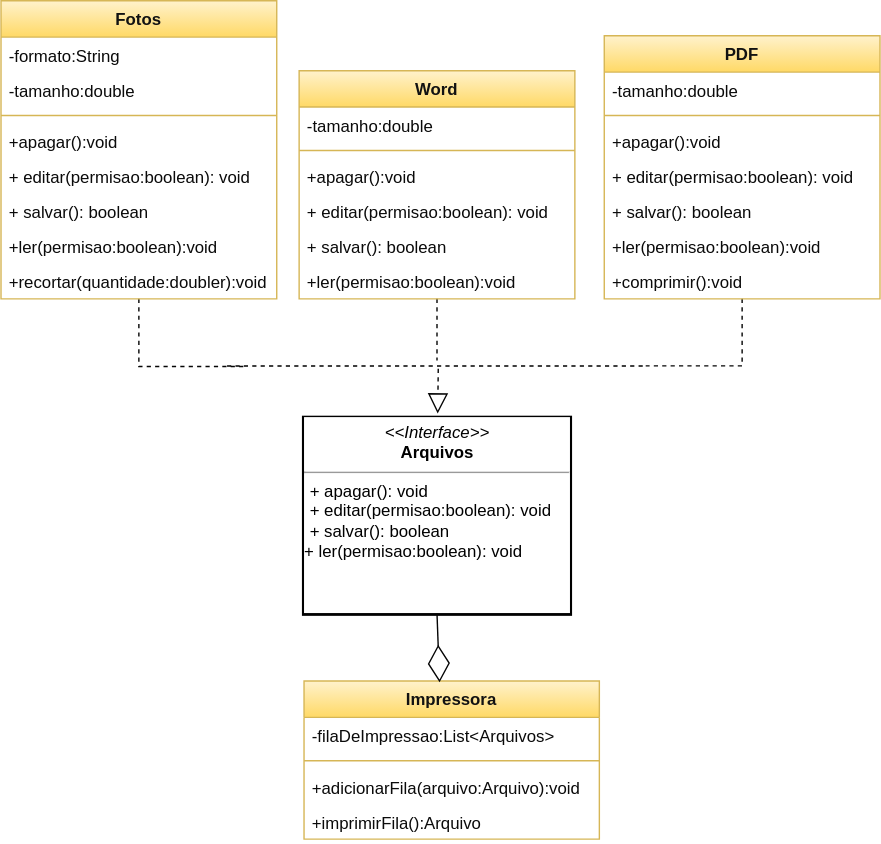
Earlier version of the draw.io export src/Exercicio5.svg (AnaJuliaSilverio/Aula23). Source tidied: cells renumbered, new cells last; positions are measured from the earlier drawing's top-left corner, leaving out a move shared by most shapes.
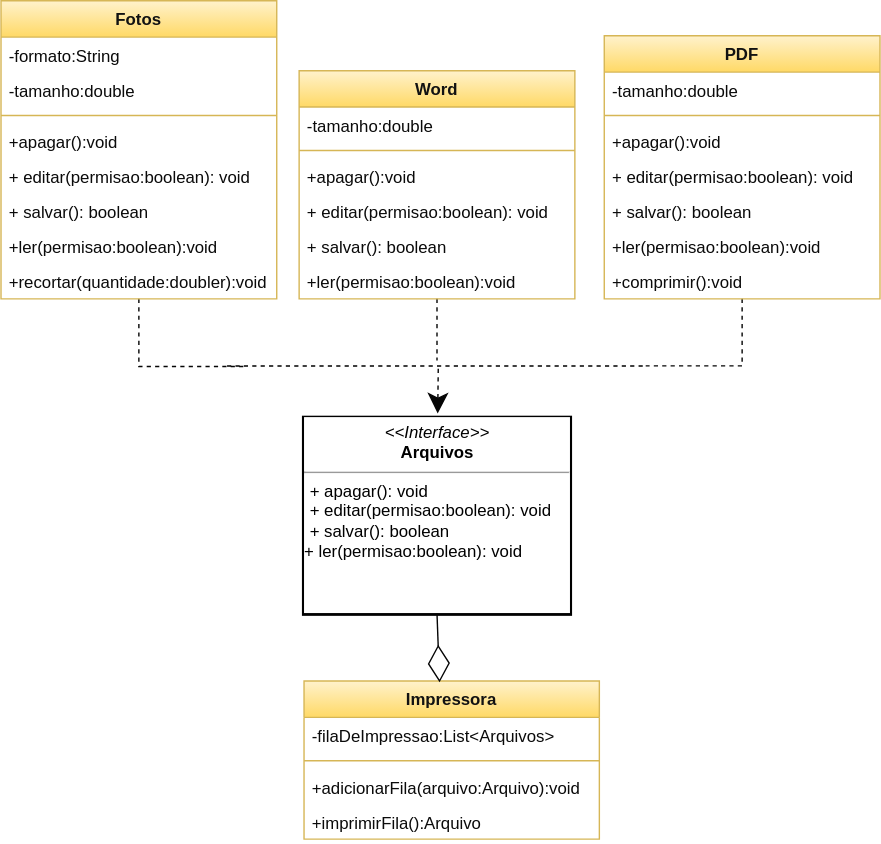
After the commit.

The edit, as a diff of the source:
```diff
@@ -109,7 +109,7 @@
     <mxCell id="35" style="line;strokeWidth=1;align=left;verticalAlign=middle;spacingTop=-1;spacingLeft=3;spacingRight=3;labelPosition=right;points=[];portConstraint=eastwest;shadow=0;labelBackgroundColor=#FFFFFF;labelBorderColor=none;fillStyle=auto;strokeColor=#000000;dashed=1;" parent="1" vertex="1">
       <mxGeometry x="161.5" y="257" width="300" height="8" as="geometry" />
     </mxCell>
-    <mxCell id="36" style="endArrow=block;dashed=1;endFill=0;endSize=12;html=1;rounded=0;labelBackgroundColor=none;labelBorderColor=none;strokeColor=#050505;fontColor=#000000;exitX=0.503;exitY=0.75;exitDx=0;exitDy=0;exitPerimeter=0;" parent="1" edge="1" source="35">
+    <mxCell id="36" style="endArrow=classic;dashed=1;endFill=1;endSize=12;html=1;rounded=0;labelBackgroundColor=none;labelBorderColor=none;strokeColor=#050505;fontColor=#000000;exitX=0.503;exitY=0.75;exitDx=0;exitDy=0;exitPerimeter=0;" parent="1" edge="1" source="35">
       <mxGeometry relative="1" as="geometry">
         <mxPoint x="312" y="295" as="targetPoint" />
       </mxGeometry>
```
